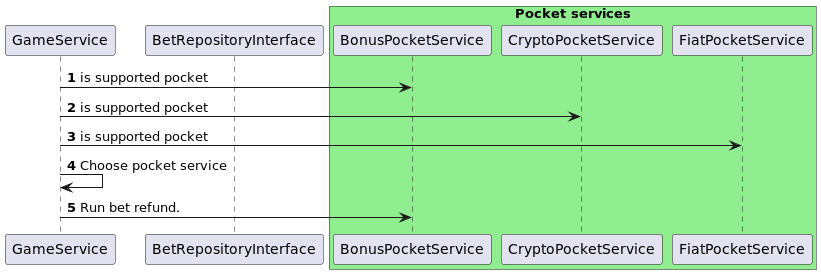
The PlantUML diagram docs/images/RefundSequenceDiagram.png in SukachVitally/test_game_pocket, before a commit.
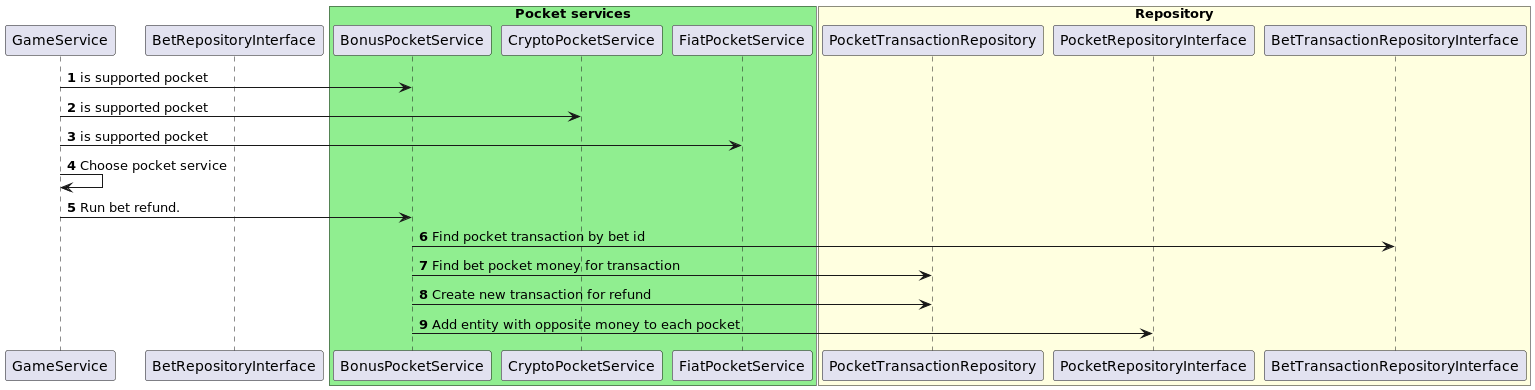
Later version of the same file.

Change to the diagram source:
```diff
@@ -9,10 +9,20 @@
     participant FiatPocketService
 end box
 
+box "Repository" #LightYellow
+    participant PocketTransactionRepository
+    participant PocketRepositoryInterface
+    participant BetTransactionRepositoryInterface
+end box
+
 gs -> BonusPocketService: is supported pocket
 gs -> CryptoPocketService: is supported pocket
 gs -> FiatPocketService: is supported pocket
 gs -> gs: Choose pocket service
 gs -> BonusPocketService: Run bet refund.
+BonusPocketService -> BetTransactionRepositoryInterface: Find pocket transaction by bet id
+BonusPocketService -> PocketTransactionRepository: Find bet pocket money for transaction
+BonusPocketService -> PocketTransactionRepository: Create new transaction for refund
+BonusPocketService -> PocketRepositoryInterface: Add entity with opposite money to each pocket
 
 @enduml
```
